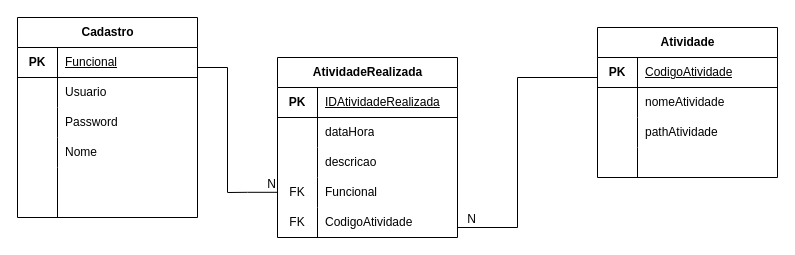
Before: Docs/Diagrama esquema de banco de dados.drawio in Jorgemiguelaviles/API-Olympus2.0, a draw.io diagram. Source tidied: cells renumbered, new cells numbered last; positions are measured from the earlier drawing's top-left corner, leaving out a move shared by most shapes. Both pictures are drawn from the tidied source at 100%, with x=0, y=0 at pixel (17, 17).
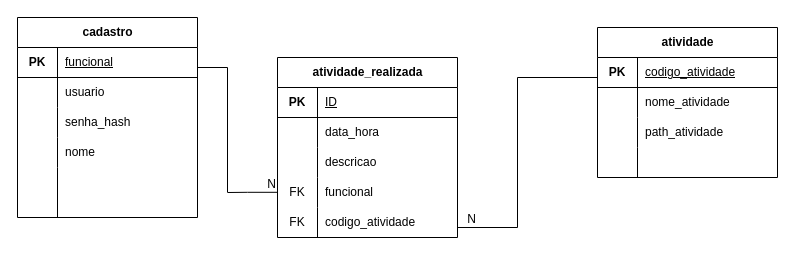
Above is the later version.

Commit message (it also covers changes not shown here):
arqui: arquitetura de pastas criadas

Unchanged cells that the change refers to:
```xml
<mxCell id="3" style="shape=tableRow;horizontal=0;startSize=0;swimlaneHead=0;swimlaneBody=0;fillColor=none;top=0;left=0;right=0;bottom=1;" parent="2" vertex="1">
  <mxGeometry y="30" width="180" height="30" as="geometry" />
</mxCell>
<mxCell id="6" style="shape=tableRow;horizontal=0;startSize=0;swimlaneHead=0;swimlaneBody=0;fillColor=none;top=0;left=0;right=0;bottom=0;" parent="2" vertex="1">
  <mxGeometry y="60" width="180" height="30" as="geometry" />
</mxCell>
<mxCell id="9" style="shape=tableRow;horizontal=0;startSize=0;swimlaneHead=0;swimlaneBody=0;fillColor=none;top=0;left=0;right=0;bottom=0;" parent="2" vertex="1">
  <mxGeometry y="90" width="180" height="30" as="geometry" />
</mxCell>
<mxCell id="12" style="shape=tableRow;horizontal=0;startSize=0;swimlaneHead=0;swimlaneBody=0;fillColor=none;top=0;left=0;right=0;bottom=0;" parent="2" vertex="1">
  <mxGeometry y="120" width="180" height="30" as="geometry" />
</mxCell>
<mxCell id="17" style="shape=tableRow;horizontal=0;startSize=0;swimlaneHead=0;swimlaneBody=0;fillColor=none;top=0;left=0;right=0;bottom=1;" parent="16" vertex="1">
  <mxGeometry y="30" width="180" height="30" as="geometry" />
</mxCell>
<mxCell id="20" style="shape=tableRow;horizontal=0;startSize=0;swimlaneHead=0;swimlaneBody=0;fillColor=none;top=0;left=0;right=0;bottom=0;" parent="16" vertex="1">
  <mxGeometry y="60" width="180" height="30" as="geometry" />
</mxCell>
<mxCell id="26" style="shape=tableRow;horizontal=0;startSize=0;swimlaneHead=0;swimlaneBody=0;fillColor=none;top=0;left=0;right=0;bottom=0;" parent="16" vertex="1">
  <mxGeometry y="120" width="180" height="30" as="geometry" />
</mxCell>
<mxCell id="29" style="shape=tableRow;horizontal=0;startSize=0;swimlaneHead=0;swimlaneBody=0;fillColor=none;top=0;left=0;right=0;bottom=0;" parent="16" vertex="1">
  <mxGeometry y="150" width="180" height="30" as="geometry" />
</mxCell>
<mxCell id="33" style="shape=tableRow;horizontal=0;startSize=0;swimlaneHead=0;swimlaneBody=0;fillColor=none;top=0;left=0;right=0;bottom=1;" parent="32" vertex="1">
  <mxGeometry y="30" width="180" height="30" as="geometry" />
</mxCell>
<mxCell id="36" style="shape=tableRow;horizontal=0;startSize=0;swimlaneHead=0;swimlaneBody=0;fillColor=none;top=0;left=0;right=0;bottom=0;" parent="32" vertex="1">
  <mxGeometry y="60" width="180" height="30" as="geometry" />
</mxCell>
<mxCell id="39" style="shape=tableRow;horizontal=0;startSize=0;swimlaneHead=0;swimlaneBody=0;fillColor=none;top=0;left=0;right=0;bottom=0;" parent="32" vertex="1">
  <mxGeometry y="90" width="180" height="30" as="geometry" />
</mxCell>
```

Change to the diagram source:
```diff
@@
-    <mxCell id="2" value="Cadastro" style="shape=table;startSize=30;childLayout=tableLayout;rowLines=0;fontStyle=1;align=center;html=1;" parent="1" vertex="1">
+    <mxCell id="2" value="cadastro" style="shape=table;startSize=30;childLayout=tableLayout;rowLines=0;fontStyle=1;align=center;html=1;" parent="1" vertex="1">
       <mxGeometry width="180" height="200" as="geometry" />
     </mxCell>
@@
-    <mxCell id="5" value="&lt;span style=&quot;font-weight: 400;&quot;&gt;Funcional&lt;/span&gt;" style="shape=partialRectangle;fillColor=none;top=0;left=0;bottom=0;right=0;align=left;spacingLeft=6;fontStyle=5;overflow=hidden;whiteSpace=wrap;html=1;" parent="3" vertex="1">
+    <mxCell id="5" value="&lt;span style=&quot;font-weight: 400;&quot;&gt;funcional&lt;/span&gt;" style="shape=partialRectangle;fillColor=none;top=0;left=0;bottom=0;right=0;align=left;spacingLeft=6;fontStyle=5;overflow=hidden;whiteSpace=wrap;html=1;" parent="3" vertex="1">
       <mxGeometry x="40" width="140" height="30" as="geometry" />
     </mxCell>
@@
-    <mxCell id="8" value="Usuario" style="shape=partialRectangle;fillColor=none;top=0;left=0;bottom=0;right=0;align=left;spacingLeft=6;overflow=hidden;whiteSpace=wrap;html=1;" parent="6" vertex="1">
+    <mxCell id="8" value="usuario" style="shape=partialRectangle;fillColor=none;top=0;left=0;bottom=0;right=0;align=left;spacingLeft=6;overflow=hidden;whiteSpace=wrap;html=1;" parent="6" vertex="1">
       <mxGeometry x="40" width="140" height="30" as="geometry" />
     </mxCell>
@@
-    <mxCell id="11" value="Password" style="shape=partialRectangle;fillColor=none;top=0;left=0;bottom=0;right=0;align=left;spacingLeft=6;overflow=hidden;whiteSpace=wrap;html=1;" parent="9" vertex="1">
+    <mxCell id="11" value="senha_hash" style="shape=partialRectangle;fillColor=none;top=0;left=0;bottom=0;right=0;align=left;spacingLeft=6;overflow=hidden;whiteSpace=wrap;html=1;" parent="9" vertex="1">
       <mxGeometry x="40" width="140" height="30" as="geometry" />
     </mxCell>
@@
-    <mxCell id="14" value="Nome" style="shape=partialRectangle;fillColor=none;top=0;left=0;bottom=0;right=0;align=left;spacingLeft=6;overflow=hidden;whiteSpace=wrap;html=1;" parent="12" vertex="1">
+    <mxCell id="14" value="nome" style="shape=partialRectangle;fillColor=none;top=0;left=0;bottom=0;right=0;align=left;spacingLeft=6;overflow=hidden;whiteSpace=wrap;html=1;" parent="12" vertex="1">
       <mxGeometry x="40" width="140" height="30" as="geometry" />
     </mxCell>
@@
-    <mxCell id="16" value="AtividadeRealizada" style="shape=table;startSize=30;childLayout=tableLayout;rowLines=0;fontStyle=1;align=center;html=1;" parent="1" vertex="1">
+    <mxCell id="16" value="atividade_realizada" style="shape=table;startSize=30;childLayout=tableLayout;rowLines=0;fontStyle=1;align=center;html=1;" parent="1" vertex="1">
       <mxGeometry x="260" y="40" width="180" height="180" as="geometry" />
     </mxCell>
@@
-    <mxCell id="19" value="&lt;span style=&quot;font-weight: 400;&quot;&gt;IDAtividadeRealizada&lt;/span&gt;" style="shape=partialRectangle;fillColor=none;top=0;left=0;bottom=0;right=0;align=left;spacingLeft=6;fontStyle=5;overflow=hidden;whiteSpace=wrap;html=1;" parent="17" vertex="1">
+    <mxCell id="19" value="&lt;span style=&quot;font-weight: 400;&quot;&gt;ID&lt;/span&gt;" style="shape=partialRectangle;fillColor=none;top=0;left=0;bottom=0;right=0;align=left;spacingLeft=6;fontStyle=5;overflow=hidden;whiteSpace=wrap;html=1;" parent="17" vertex="1">
       <mxGeometry x="40" width="140" height="30" as="geometry" />
     </mxCell>
@@
-    <mxCell id="22" value="dataHora" style="shape=partialRectangle;fillColor=none;top=0;left=0;bottom=0;right=0;align=left;spacingLeft=6;overflow=hidden;whiteSpace=wrap;html=1;" parent="20" vertex="1">
+    <mxCell id="22" value="data_hora" style="shape=partialRectangle;fillColor=none;top=0;left=0;bottom=0;right=0;align=left;spacingLeft=6;overflow=hidden;whiteSpace=wrap;html=1;" parent="20" vertex="1">
       <mxGeometry x="40" width="140" height="30" as="geometry" />
     </mxCell>
@@
-    <mxCell id="28" value="Funcional" style="shape=partialRectangle;fillColor=none;top=0;left=0;bottom=0;right=0;align=left;spacingLeft=6;fontStyle=0;overflow=hidden;whiteSpace=wrap;html=1;" parent="26" vertex="1">
+    <mxCell id="28" value="funcional" style="shape=partialRectangle;fillColor=none;top=0;left=0;bottom=0;right=0;align=left;spacingLeft=6;fontStyle=0;overflow=hidden;whiteSpace=wrap;html=1;" parent="26" vertex="1">
       <mxGeometry x="40" width="140" height="30" as="geometry" />
     </mxCell>
@@
-    <mxCell id="31" value="CodigoAtividade" style="shape=partialRectangle;fillColor=none;top=0;left=0;bottom=0;right=0;align=left;spacingLeft=6;fontStyle=0;overflow=hidden;whiteSpace=wrap;html=1;" parent="29" vertex="1">
+    <mxCell id="31" value="codigo_atividade" style="shape=partialRectangle;fillColor=none;top=0;left=0;bottom=0;right=0;align=left;spacingLeft=6;fontStyle=0;overflow=hidden;whiteSpace=wrap;html=1;" parent="29" vertex="1">
       <mxGeometry x="40" width="140" height="30" as="geometry" />
     </mxCell>
-    <mxCell id="32" value="Atividade" style="shape=table;startSize=30;childLayout=tableLayout;rowLines=0;fontStyle=1;align=center;html=1;" parent="1" vertex="1">
+    <mxCell id="32" value="atividade" style="shape=table;startSize=30;childLayout=tableLayout;rowLines=0;fontStyle=1;align=center;html=1;" parent="1" vertex="1">
       <mxGeometry x="580" y="10" width="180" height="150" as="geometry" />
     </mxCell>
@@
-    <mxCell id="35" value="&lt;span style=&quot;font-weight: 400;&quot;&gt;CodigoAtividade&lt;/span&gt;" style="shape=partialRectangle;fillColor=none;top=0;left=0;bottom=0;right=0;align=left;spacingLeft=6;fontStyle=5;overflow=hidden;whiteSpace=wrap;html=1;" parent="33" vertex="1">
+    <mxCell id="35" value="&lt;span style=&quot;font-weight: 400;&quot;&gt;codigo_atividade&lt;/span&gt;" style="shape=partialRectangle;fillColor=none;top=0;left=0;bottom=0;right=0;align=left;spacingLeft=6;fontStyle=5;overflow=hidden;whiteSpace=wrap;html=1;" parent="33" vertex="1">
       <mxGeometry x="40" width="140" height="30" as="geometry" />
     </mxCell>
@@
-    <mxCell id="38" value="nomeAtividade" style="shape=partialRectangle;fillColor=none;top=0;left=0;bottom=0;right=0;align=left;spacingLeft=6;overflow=hidden;whiteSpace=wrap;html=1;" parent="36" vertex="1">
+    <mxCell id="38" value="nome_atividade" style="shape=partialRectangle;fillColor=none;top=0;left=0;bottom=0;right=0;align=left;spacingLeft=6;overflow=hidden;whiteSpace=wrap;html=1;" parent="36" vertex="1">
       <mxGeometry x="40" width="140" height="30" as="geometry" />
     </mxCell>
@@
-    <mxCell id="41" value="pathAtividade" style="shape=partialRectangle;fillColor=none;top=0;left=0;bottom=0;right=0;align=left;spacingLeft=6;overflow=hidden;whiteSpace=wrap;html=1;" parent="39" vertex="1">
+    <mxCell id="41" value="path_atividade" style="shape=partialRectangle;fillColor=none;top=0;left=0;bottom=0;right=0;align=left;spacingLeft=6;overflow=hidden;whiteSpace=wrap;html=1;" parent="39" vertex="1">
       <mxGeometry x="40" width="140" height="30" as="geometry" />
     </mxCell>
```
